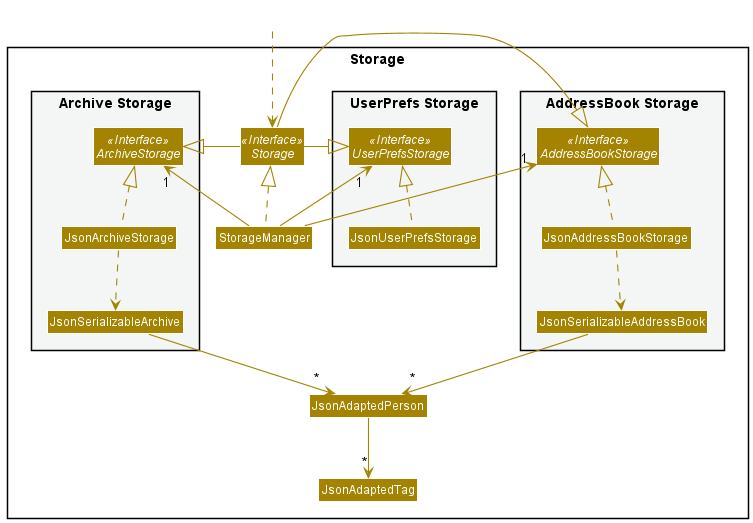
The PlantUML diagram docs/images/StorageClassDiagram.png in nus-cs2103-AY2122S1/tp, before a commit. Source of this version:
```plantuml
@startuml
!include style.puml
skinparam arrowThickness 1.1
skinparam arrowColor STORAGE_COLOR
skinparam classBackgroundColor STORAGE_COLOR

package Storage{

package "UserPrefs Storage" #F4F6F6{
Interface UserPrefsStorage <<Interface>>
Class JsonUserPrefsStorage
}

Interface Storage <<Interface>>
Class StorageManager

package "AddressBook Storage" #F4F6F6{
Interface AddressBookStorage <<Interface>>
Class JsonAddressBookStorage
Class JsonSerializableAddressBook
}

package "Archive Storage" #F4F6F6{
Interface ArchiveStorage <<Interface>>
Class JsonArchiveStorage
Class JsonSerializableArchive
}

Class JsonAdaptedPerson
Class JsonAdaptedTag
}

Class HiddenOutside #FFFFFF
HiddenOutside ..> Storage

StorageManager .up.|> Storage
StorageManager -up-> "1" AddressBookStorage
StorageManager -up-> "1" ArchiveStorage
StorageManager -up-> "1" UserPrefsStorage

Storage -left-|> AddressBookStorage
Storage -left-|> ArchiveStorage
Storage -right-|> UserPrefsStorage

JsonAddressBookStorage .up.|> AddressBookStorage
JsonArchiveStorage .up.|> ArchiveStorage
JsonUserPrefsStorage .up.|> UserPrefsStorage
JsonAddressBookStorage ..> JsonSerializableAddressBook
JsonArchiveStorage ..> JsonSerializableArchive
JsonSerializableAddressBook --> "*" JsonAdaptedPerson
JsonSerializableArchive --> "*" JsonAdaptedPerson
JsonAdaptedPerson --> "*" JsonAdaptedTag

@enduml
```
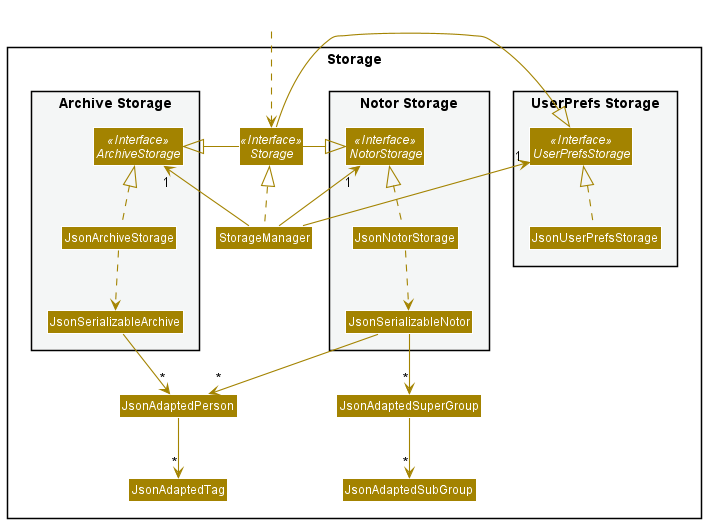
Above is the later version.

The edit, as a diff of the source:
```diff
@@ -14,10 +14,10 @@
 Interface Storage <<Interface>>
 Class StorageManager
 
-package "AddressBook Storage" #F4F6F6{
-Interface AddressBookStorage <<Interface>>
-Class JsonAddressBookStorage
-Class JsonSerializableAddressBook
+package "Notor Storage" #F4F6F6{
+Interface NotorStorage <<Interface>>
+Class JsonNotorStorage
+Class JsonSerializableNotor
 }
 
 package "Archive Storage" #F4F6F6{
@@ -28,26 +28,30 @@
 
 Class JsonAdaptedPerson
 Class JsonAdaptedTag
+Class JsonAdaptedSuperGroup
+Class JsonAdaptedSubGroup
 }
 
 Class HiddenOutside #FFFFFF
 HiddenOutside ..> Storage
 
 StorageManager .up.|> Storage
-StorageManager -up-> "1" AddressBookStorage
+StorageManager -up-> "1" NotorStorage
 StorageManager -up-> "1" ArchiveStorage
 StorageManager -up-> "1" UserPrefsStorage
 
-Storage -left-|> AddressBookStorage
+Storage -left-|> NotorStorage
 Storage -left-|> ArchiveStorage
 Storage -right-|> UserPrefsStorage
 
-JsonAddressBookStorage .up.|> AddressBookStorage
+JsonNotorStorage .up.|> NotorStorage
 JsonArchiveStorage .up.|> ArchiveStorage
 JsonUserPrefsStorage .up.|> UserPrefsStorage
-JsonAddressBookStorage ..> JsonSerializableAddressBook
+JsonNotorStorage ..> JsonSerializableNotor
 JsonArchiveStorage ..> JsonSerializableArchive
-JsonSerializableAddressBook --> "*" JsonAdaptedPerson
+JsonSerializableNotor --> "*" JsonAdaptedPerson
+JsonSerializableNotor --> "*" JsonAdaptedSuperGroup
+JsonAdaptedSuperGroup --> "*" JsonAdaptedSubGroup
 JsonSerializableArchive --> "*" JsonAdaptedPerson
 JsonAdaptedPerson --> "*" JsonAdaptedTag
 
```
